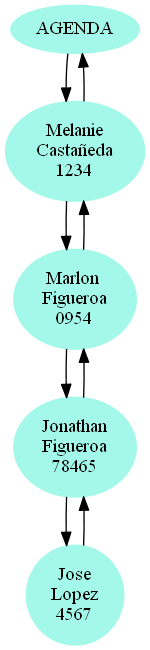
Above: agenda.png in ifigueroa065/-IPC2-Practica2_201904013 (Graphviz), before the change. Its source is kept beside it as agenda.dot. Its diagram source:
```dot
digraph grafo2{
node[ style=filled ,color="#A3F8E9"];
2[label="AGENDA"]
4[label="Melanie
Castañeda
1234"]
2->4
4->2
6[label="Marlon
Figueroa
0954"]
4->6
6->4
8[label="Jonathan
Figueroa
78465"]
6->8
8->6
10[label="Jose
Lopez
4567"]
8->10
10->8
}
```
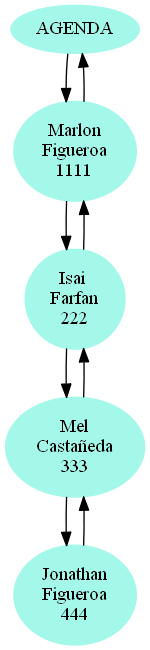
Above is the later version.

Diff of the diagram source:
```diff
@@ -1,24 +1,24 @@
 digraph grafo2{
 node[ style=filled ,color="#A3F8E9"];
 2[label="AGENDA"]
-4[label="Melanie
-Castañeda
-1234"]
+4[label="Marlon
+Figueroa
+1111"]
 2->4
 4->2
-6[label="Marlon
-Figueroa
-0954"]
+6[label="Isai
+Farfan
+222"]
 4->6
 6->4
-8[label="Jonathan
-Figueroa
-78465"]
+8[label="Mel
+Castañeda
+333"]
 6->8
 8->6
-10[label="Jose
-Lopez
-4567"]
+10[label="Jonathan
+Figueroa
+444"]
 8->10
 10->8
 }
```
